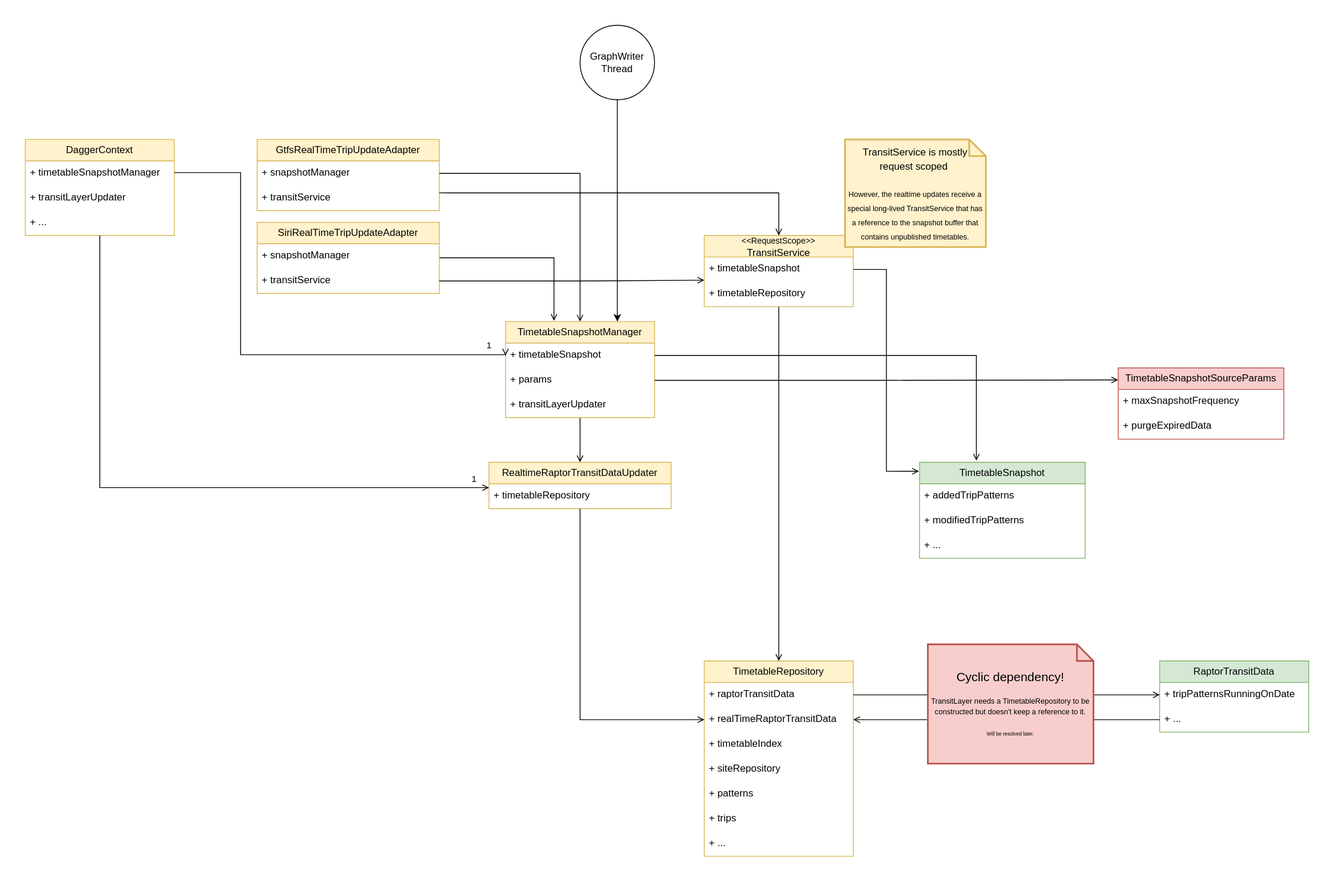
The draw.io diagram doc/dev/design/TimetableSnapshotManager.svg in opentripplanner/OpenTripPlanner, before a commit. Source tidied: cells renumbered, new cells last; positions are measured from the earlier drawing's top-left corner, leaving out a move shared by most shapes.
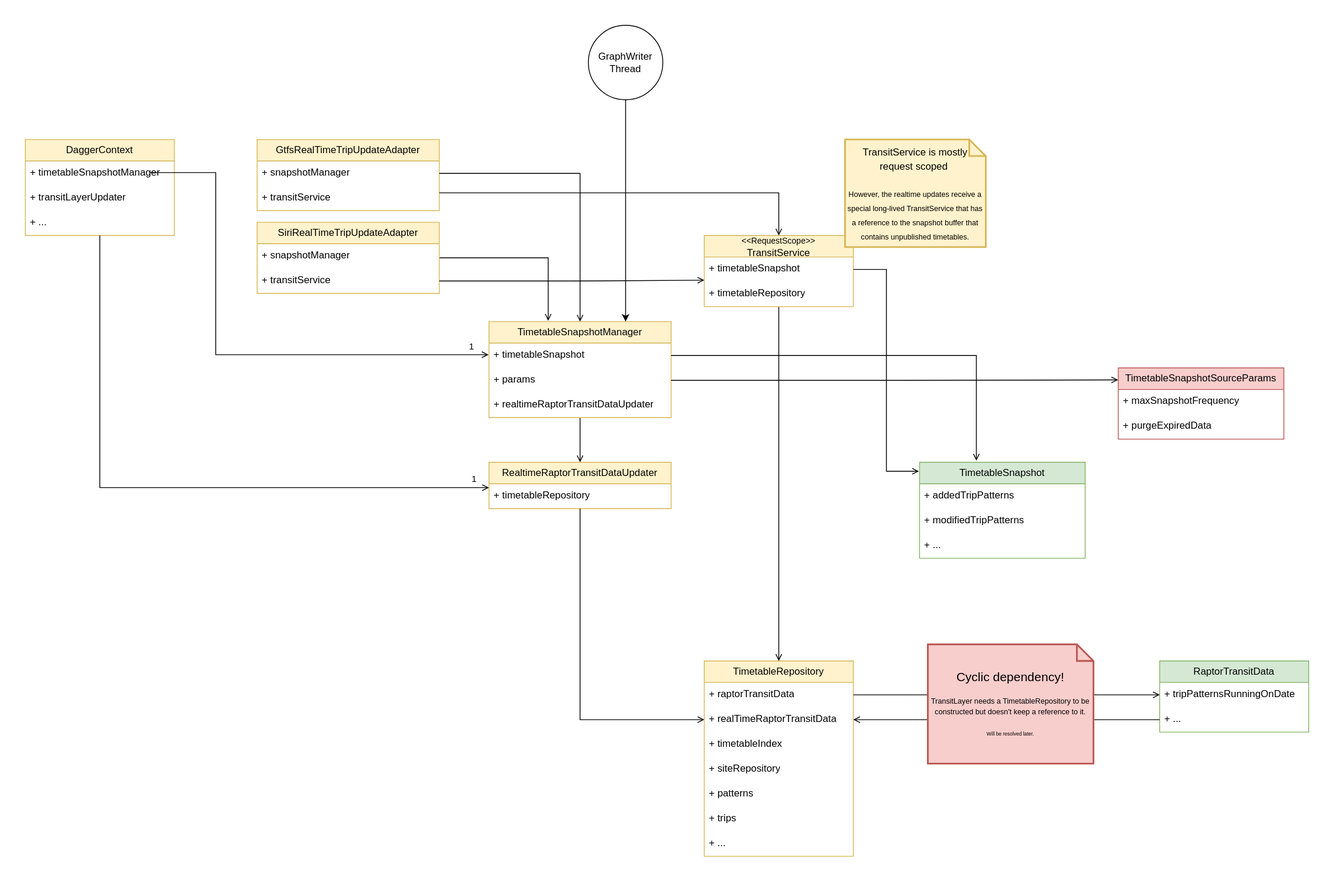
The same file after the commit.

Change to the diagram source:
```diff
@@ -51,16 +51,16 @@
       <mxGeometry relative="1" as="geometry" />
     </mxCell>
     <mxCell id="18" value="&lt;div&gt;&lt;span style=&quot;background-color: initial;&quot;&gt;TimetableSnapshotManager&lt;/span&gt;&lt;br&gt;&lt;/div&gt;" style="swimlane;fontStyle=0;horizontal=1;startSize=26;fillColor=#fff2cc;whiteSpace=wrap;html=1;strokeColor=#d6b656;" parent="1" vertex="1">
-      <mxGeometry x="580" y="358" width="180" height="116" as="geometry" />
+      <mxGeometry x="560" y="358" width="220" height="116" as="geometry" />
     </mxCell>
     <mxCell id="19" value="+ timetableSnapshot" style="text;strokeColor=none;fillColor=none;align=left;verticalAlign=top;spacingLeft=4;spacingRight=4;overflow=hidden;points=[[0,0.5],[1,0.5]];portConstraint=eastwest;whiteSpace=wrap;html=1;" parent="18" vertex="1">
-      <mxGeometry y="26" width="180" height="30" as="geometry" />
+      <mxGeometry y="26" width="220" height="30" as="geometry" />
     </mxCell>
     <mxCell id="20" value="+ params" style="text;strokeColor=none;fillColor=none;align=left;verticalAlign=top;spacingLeft=4;spacingRight=4;overflow=hidden;points=[[0,0.5],[1,0.5]];portConstraint=eastwest;whiteSpace=wrap;html=1;" parent="18" vertex="1">
-      <mxGeometry y="56" width="180" height="30" as="geometry" />
+      <mxGeometry y="56" width="220" height="30" as="geometry" />
     </mxCell>
-    <mxCell id="21" value="&lt;div&gt;+ transitLayerUpdater&lt;/div&gt;" style="text;strokeColor=none;fillColor=none;align=left;verticalAlign=top;spacingLeft=4;spacingRight=4;overflow=hidden;whiteSpace=wrap;html=1;" parent="18" vertex="1">
-      <mxGeometry y="86" width="180" height="30" as="geometry" />
+    <mxCell id="21" value="&lt;div&gt;+ realtimeRaptorTransitDataUpdater&lt;/div&gt;" style="text;strokeColor=none;fillColor=none;align=left;verticalAlign=top;spacingLeft=4;spacingRight=4;overflow=hidden;whiteSpace=wrap;html=1;" parent="18" vertex="1">
+      <mxGeometry y="86" width="220" height="30" as="geometry" />
     </mxCell>
     <mxCell id="22" value="TimetableSnapshot" style="swimlane;fontStyle=0;horizontal=1;startSize=26;fillColor=#d5e8d4;whiteSpace=wrap;html=1;strokeColor=#82b366;" parent="1" vertex="1">
       <mxGeometry x="1080" y="528" width="200" height="116" as="geometry" />
@@ -151,13 +151,13 @@
         <mxPoint x="820" y="308" as="targetPoint" />
       </mxGeometry>
     </mxCell>
-    <mxCell id="49" style="edgeStyle=orthogonalEdgeStyle;shape=connector;rounded=0;jettySize=auto;html=1;strokeColor=default;align=center;verticalAlign=middle;fontFamily=Helvetica;fontSize=11;fontColor=default;labelBackgroundColor=default;endArrow=open;endFill=0;entryX=0;entryY=0.5;entryDx=0;entryDy=0;" parent="1" edge="1" target="19">
+    <mxCell id="49" style="edgeStyle=orthogonalEdgeStyle;shape=connector;rounded=0;jettySize=auto;html=1;strokeColor=default;align=center;verticalAlign=middle;fontFamily=Helvetica;fontSize=11;fontColor=default;labelBackgroundColor=default;endArrow=open;endFill=0;entryX=-0.002;entryY=0.472;entryDx=0;entryDy=0;entryPerimeter=0;" parent="1" edge="1" target="19">
       <mxGeometry relative="1" as="geometry">
-        <mxPoint x="180" y="178" as="sourcePoint" />
+        <mxPoint x="150" y="178" as="sourcePoint" />
         <Array as="points">
-          <mxPoint x="260" y="178" />
-          <mxPoint x="260" y="398" />
-          <mxPoint x="580" y="398" />
+          <mxPoint x="230" y="178" />
+          <mxPoint x="230" y="398" />
+          <mxPoint x="550" y="398" />
         </Array>
       </mxGeometry>
     </mxCell>
@@ -185,7 +185,7 @@
       <mxGeometry x="990" y="138" width="170" height="130" as="geometry" />
     </mxCell>
     <mxCell id="57" value="GraphWriter&lt;div&gt;Thread&lt;/div&gt;" style="ellipse;whiteSpace=wrap;html=1;" parent="1" vertex="1">
-      <mxGeometry x="670" width="90" height="90" as="geometry" />
+      <mxGeometry x="680" width="90" height="90" as="geometry" />
     </mxCell>
     <mxCell id="58" style="edgeStyle=orthogonalEdgeStyle;rounded=0;jettySize=auto;html=1;entryX=0.75;entryY=0;entryDx=0;entryDy=0;" parent="1" edge="1" source="57" target="18">
       <mxGeometry relative="1" as="geometry" />
```
